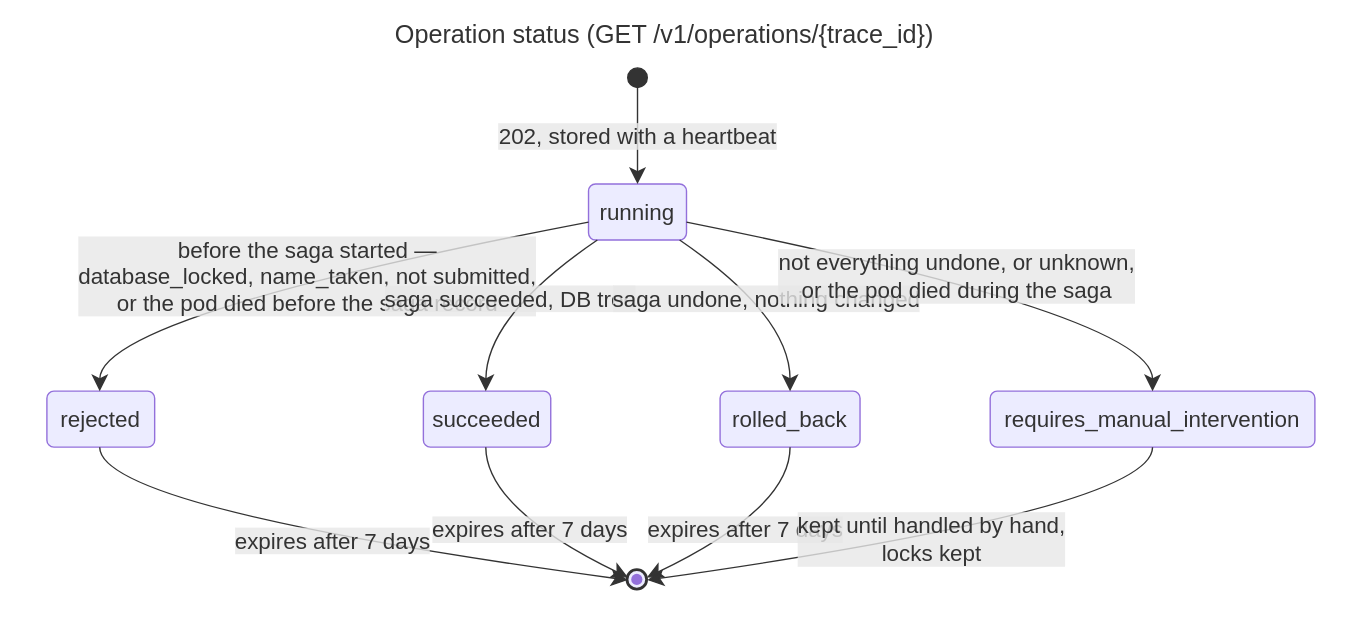
Earlier version of the draw.io export docs/diagrams/16-state-operation.drawio.svg (EliShteinman/redis-enterprise-services). Source tidied: cells renumbered, new cells last; positions are measured from the earlier drawing's top-left corner, leaving out a move shared by most shapes.
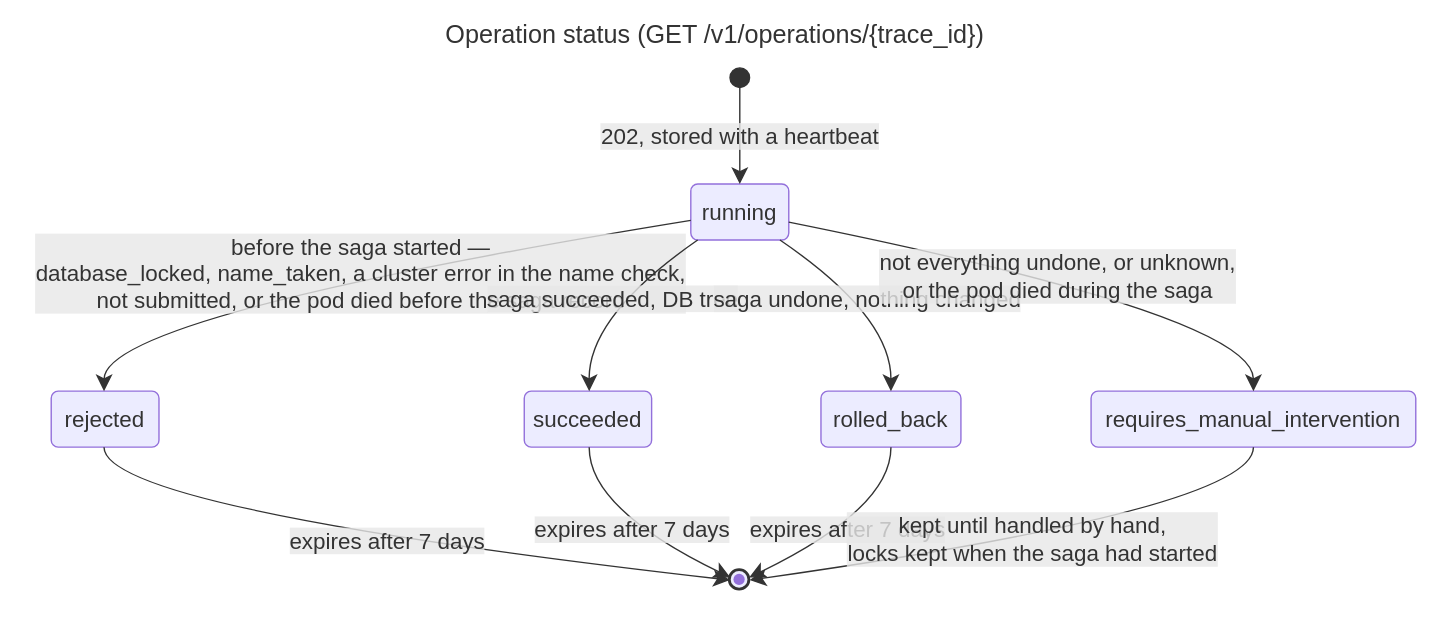
After the change.

What changed in the source:
```diff
@@ -3,87 +3,87 @@
     <mxCell id="0" />
     <mxCell id="1" parent="0" />
     <mxCell id="2" style="ellipse;html=1;fillColor=light-dark(#333333,#cccccc);strokeColor=light-dark(#333333,#cccccc);fontColor=light-dark(#333333,#cccccc);fontFamily=Trebuchet MS,Verdana,Arial,sans-serif;fontSize=16;" parent="1" vertex="1">
-      <mxGeometry x="438" y="38" width="14" height="14" as="geometry" />
+      <mxGeometry x="511" y="38" width="14" height="14" as="geometry" />
     </mxCell>
     <mxCell id="3" value="running" style="rounded=1;absoluteArcSize=1;arcSize=10;html=1;whiteSpace=wrap;strokeWidth=1;fillColor=light-dark(#ECECFF,#1f2020);strokeColor=light-dark(#9370DB,#cccccc);fontColor=light-dark(#333333,#cccccc);fontFamily=Trebuchet MS,Verdana,Arial,sans-serif;fontSize=16;" parent="1" vertex="1">
-      <mxGeometry x="410" y="121" width="70" height="40" as="geometry" />
+      <mxGeometry x="483" y="121" width="70" height="40" as="geometry" />
     </mxCell>
     <mxCell id="4" value="rejected" style="rounded=1;absoluteArcSize=1;arcSize=10;html=1;whiteSpace=wrap;strokeWidth=1;fillColor=light-dark(#ECECFF,#1f2020);strokeColor=light-dark(#9370DB,#cccccc);fontColor=light-dark(#333333,#cccccc);fontFamily=Trebuchet MS,Verdana,Arial,sans-serif;fontSize=16;" parent="1" vertex="1">
-      <mxGeometry x="23" y="269" width="77" height="40" as="geometry" />
+      <mxGeometry x="26" y="269" width="77" height="40" as="geometry" />
     </mxCell>
     <mxCell id="5" value="succeeded" style="rounded=1;absoluteArcSize=1;arcSize=10;html=1;whiteSpace=wrap;strokeWidth=1;fillColor=light-dark(#ECECFF,#1f2020);strokeColor=light-dark(#9370DB,#cccccc);fontColor=light-dark(#333333,#cccccc);fontFamily=Trebuchet MS,Verdana,Arial,sans-serif;fontSize=16;" parent="1" vertex="1">
-      <mxGeometry x="292" y="269" width="91" height="40" as="geometry" />
+      <mxGeometry x="364" y="269" width="91" height="40" as="geometry" />
     </mxCell>
     <mxCell id="6" value="rolled_back" style="rounded=1;absoluteArcSize=1;arcSize=10;html=1;whiteSpace=wrap;strokeWidth=1;fillColor=light-dark(#ECECFF,#1f2020);strokeColor=light-dark(#9370DB,#cccccc);fontColor=light-dark(#333333,#cccccc);fontFamily=Trebuchet MS,Verdana,Arial,sans-serif;fontSize=16;" parent="1" vertex="1">
-      <mxGeometry x="504" y="269" width="100" height="40" as="geometry" />
+      <mxGeometry x="576" y="269" width="100" height="40" as="geometry" />
     </mxCell>
     <mxCell id="7" value="requires_manual_intervention" style="rounded=1;absoluteArcSize=1;arcSize=10;html=1;whiteSpace=wrap;strokeWidth=1;fillColor=light-dark(#ECECFF,#1f2020);strokeColor=light-dark(#9370DB,#cccccc);fontColor=light-dark(#333333,#cccccc);fontFamily=Trebuchet MS,Verdana,Arial,sans-serif;fontSize=16;" parent="1" vertex="1">
-      <mxGeometry x="697" y="269" width="232" height="40" as="geometry" />
+      <mxGeometry x="769" y="269" width="232" height="40" as="geometry" />
     </mxCell>
     <mxCell id="8" style="ellipse;html=1;fillColor=light-dark(#ECECFF,#1f2020);strokeColor=light-dark(#333333,#cccccc);strokeWidth=2;centerRadius=4;centerColor=light-dark(#9370DB,#cccccc);fontColor=light-dark(#333333,#cccccc);fontFamily=Trebuchet MS,Verdana,Arial,sans-serif;fontSize=16;" parent="1" vertex="1">
-      <mxGeometry x="438" y="397" width="14" height="14" as="geometry" />
+      <mxGeometry x="511" y="397" width="14" height="14" as="geometry" />
     </mxCell>
     <mxCell id="9" value="202, stored with a heartbeat" style="curved=1;startArrow=none;endArrow=classic;endSize=9;fillColor=none;strokeColor=light-dark(#333333,#cccccc);html=1;fontSize=16;labelBackgroundColor=#E8E8E88D;fontFamily=Trebuchet MS,Verdana,Arial,sans-serif;fontColor=light-dark(#333333,#cccccc);exitX=0.5;exitY=1;entryX=0.5;entryY=0;" parent="1" edge="1" source="2" target="3">
       <mxGeometry relative="1" as="geometry" />
     </mxCell>
-    <mxCell id="10" value="before the saga started —&#10;database_locked, name_taken, not submitted,&#10;or the pod died before the saga record" style="curved=1;startArrow=none;endArrow=classic;endSize=9;fillColor=none;strokeColor=light-dark(#333333,#cccccc);html=1;fontSize=16;labelBackgroundColor=#E8E8E88D;fontFamily=Trebuchet MS,Verdana,Arial,sans-serif;fontColor=light-dark(#333333,#cccccc);exitX=0;exitY=0.68;entryX=0.49;entryY=0;" parent="1" edge="1" source="3" target="4">
+    <mxCell id="10" value="before the saga started —&#10;database_locked, name_taken, a cluster error in the name check,&#10;not submitted, or the pod died before the saga record" style="curved=1;startArrow=none;endArrow=classic;endSize=9;fillColor=none;strokeColor=light-dark(#333333,#cccccc);html=1;fontSize=16;labelBackgroundColor=#E8E8E88D;fontFamily=Trebuchet MS,Verdana,Arial,sans-serif;fontColor=light-dark(#333333,#cccccc);exitX=0;exitY=0.65;entryX=0.49;entryY=0;" parent="1" edge="1" source="3" target="4">
       <mxGeometry relative="1" as="geometry">
         <Array as="points">
-          <mxPoint x="61" y="215" />
+          <mxPoint x="64" y="215" />
         </Array>
       </mxGeometry>
     </mxCell>
-    <mxCell id="11" value="saga succeeded, DB tree" style="curved=1;startArrow=none;endArrow=classic;endSize=9;fillColor=none;strokeColor=light-dark(#333333,#cccccc);html=1;fontSize=16;labelBackgroundColor=#E8E8E88D;fontFamily=Trebuchet MS,Verdana,Arial,sans-serif;fontColor=light-dark(#333333,#cccccc);exitX=0.09;exitY=1;entryX=0.49;entryY=0;" parent="1" edge="1" source="3" target="5">
+    <mxCell id="11" value="saga succeeded, DB tree" style="curved=1;startArrow=none;endArrow=classic;endSize=9;fillColor=none;strokeColor=light-dark(#333333,#cccccc);html=1;fontSize=16;labelBackgroundColor=#E8E8E88D;fontFamily=Trebuchet MS,Verdana,Arial,sans-serif;fontColor=light-dark(#333333,#cccccc);exitX=0.07;exitY=1;entryX=0.51;entryY=0;" parent="1" edge="1" source="3" target="5">
       <mxGeometry relative="1" as="geometry">
         <Array as="points">
-          <mxPoint x="337" y="215" />
+          <mxPoint x="410" y="215" />
         </Array>
       </mxGeometry>
     </mxCell>
-    <mxCell id="12" value="saga undone, nothing changed" style="curved=1;startArrow=none;endArrow=classic;endSize=9;fillColor=none;strokeColor=light-dark(#333333,#cccccc);html=1;fontSize=16;labelBackgroundColor=#E8E8E88D;fontFamily=Trebuchet MS,Verdana,Arial,sans-serif;fontColor=light-dark(#333333,#cccccc);exitX=0.93;exitY=1;entryX=0.5;entryY=0;" parent="1" edge="1" source="3" target="6">
+    <mxCell id="12" value="saga undone, nothing changed" style="curved=1;startArrow=none;endArrow=classic;endSize=9;fillColor=none;strokeColor=light-dark(#333333,#cccccc);html=1;fontSize=16;labelBackgroundColor=#E8E8E88D;fontFamily=Trebuchet MS,Verdana,Arial,sans-serif;fontColor=light-dark(#333333,#cccccc);exitX=0.91;exitY=1;entryX=0.5;entryY=0;" parent="1" edge="1" source="3" target="6">
       <mxGeometry relative="1" as="geometry">
         <Array as="points">
-          <mxPoint x="554" y="215" />
+          <mxPoint x="626" y="215" />
         </Array>
       </mxGeometry>
     </mxCell>
     <mxCell id="13" value="not everything undone, or unknown,&#10;or the pod died during the saga" style="curved=1;startArrow=none;endArrow=classic;endSize=9;fillColor=none;strokeColor=light-dark(#333333,#cccccc);html=1;fontSize=16;labelBackgroundColor=#E8E8E88D;fontFamily=Trebuchet MS,Verdana,Arial,sans-serif;fontColor=light-dark(#333333,#cccccc);exitX=1;exitY=0.68;entryX=0.5;entryY=0;" parent="1" edge="1" source="3" target="7">
       <mxGeometry relative="1" as="geometry">
         <Array as="points">
-          <mxPoint x="813" y="215" />
+          <mxPoint x="885" y="215" />
         </Array>
       </mxGeometry>
     </mxCell>
-    <mxCell id="14" value="expires after 7 days" style="curved=1;startArrow=none;endArrow=classic;endSize=9;fillColor=none;strokeColor=light-dark(#333333,#cccccc);html=1;fontSize=16;labelBackgroundColor=#E8E8E88D;fontFamily=Trebuchet MS,Verdana,Arial,sans-serif;fontColor=light-dark(#333333,#cccccc);exitX=0.49;exitY=1;entryX=0;entryY=0.29;" parent="1" edge="1" source="5" target="8">
+    <mxCell id="14" value="expires after 7 days" style="curved=1;startArrow=none;endArrow=classic;endSize=9;fillColor=none;strokeColor=light-dark(#333333,#cccccc);html=1;fontSize=16;labelBackgroundColor=#E8E8E88D;fontFamily=Trebuchet MS,Verdana,Arial,sans-serif;fontColor=light-dark(#333333,#cccccc);exitX=0.51;exitY=1;entryX=0;entryY=0.29;" parent="1" edge="1" source="5" target="8">
       <mxGeometry relative="1" as="geometry">
         <Array as="points">
-          <mxPoint x="337" y="353" />
+          <mxPoint x="410" y="353" />
         </Array>
       </mxGeometry>
     </mxCell>
     <mxCell id="15" value="expires after 7 days" style="curved=1;startArrow=none;endArrow=classic;endSize=9;fillColor=none;strokeColor=light-dark(#333333,#cccccc);html=1;fontSize=16;labelBackgroundColor=#E8E8E88D;fontFamily=Trebuchet MS,Verdana,Arial,sans-serif;fontColor=light-dark(#333333,#cccccc);exitX=0.49;exitY=1;entryX=0;entryY=0.43;" parent="1" edge="1" source="4" target="8">
       <mxGeometry relative="1" as="geometry">
         <Array as="points">
-          <mxPoint x="61" y="353" />
+          <mxPoint x="64" y="353" />
         </Array>
       </mxGeometry>
     </mxCell>
     <mxCell id="16" value="expires after 7 days" style="curved=1;startArrow=none;endArrow=classic;endSize=9;fillColor=none;strokeColor=light-dark(#333333,#cccccc);html=1;fontSize=16;labelBackgroundColor=#E8E8E88D;fontFamily=Trebuchet MS,Verdana,Arial,sans-serif;fontColor=light-dark(#333333,#cccccc);exitX=0.5;exitY=1;entryX=1;entryY=0.29;" parent="1" edge="1" source="6" target="8">
       <mxGeometry relative="1" as="geometry">
         <Array as="points">
-          <mxPoint x="554" y="353" />
+          <mxPoint x="626" y="353" />
         </Array>
       </mxGeometry>
     </mxCell>
-    <mxCell id="17" value="kept until handled by hand,&#10;locks kept" style="curved=1;startArrow=none;endArrow=classic;endSize=9;fillColor=none;strokeColor=light-dark(#333333,#cccccc);html=1;fontSize=16;labelBackgroundColor=#E8E8E88D;fontFamily=Trebuchet MS,Verdana,Arial,sans-serif;fontColor=light-dark(#333333,#cccccc);exitX=0.5;exitY=1;entryX=1;entryY=0.43;" parent="1" edge="1" source="7" target="8">
+    <mxCell id="17" value="kept until handled by hand,&#10;locks kept when the saga had started" style="curved=1;startArrow=none;endArrow=classic;endSize=9;fillColor=none;strokeColor=light-dark(#333333,#cccccc);html=1;fontSize=16;labelBackgroundColor=#E8E8E88D;fontFamily=Trebuchet MS,Verdana,Arial,sans-serif;fontColor=light-dark(#333333,#cccccc);exitX=0.5;exitY=1;entryX=1;entryY=0.43;" parent="1" edge="1" source="7" target="8">
       <mxGeometry relative="1" as="geometry">
         <Array as="points">
-          <mxPoint x="813" y="353" />
+          <mxPoint x="885" y="353" />
         </Array>
       </mxGeometry>
     </mxCell>
     <mxCell id="18" value="Operation status (GET /v1/operations/{trace_id})" style="text;strokeColor=none;fillColor=none;align=center;verticalAlign=middle;fontSize=18;fontColor=light-dark(#333333,#cccccc);fontFamily=trebuchet ms,verdana,arial,sans-serif;" parent="1" vertex="1">
-      <mxGeometry width="929" height="25" as="geometry" />
+      <mxGeometry width="1001" height="25" as="geometry" />
     </mxCell>
   </root>
 </mxGraphModel>
```
